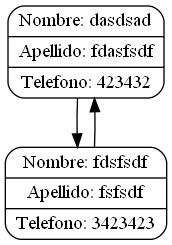
Earlier version of the Graphviz export Agenda.png (jeach27/-IPC2-Practica2_201903873). Its source is kept beside it as Agenda.dot. Its diagram source:
```dot
digraph G{
<funciones.Nodo object at 0x000001A5323688E0>[label="{ Nombre: dasdsad | Apellido: fdasfsdf | Telefono: 423432 }",shape=Mrecord]
<funciones.Nodo object at 0x000001A53239E6A0>[label="{ Nombre: fdsfsdf | Apellido: fsfsdf | Telefono: 3423423 }",shape=Mrecord]
<funciones.Nodo object at 0x000001A5323688E0>-><funciones.Nodo object at 0x000001A53239E6A0>
<funciones.Nodo object at 0x000001A53239E6A0>-><funciones.Nodo object at 0x000001A5323688E0>
}
```
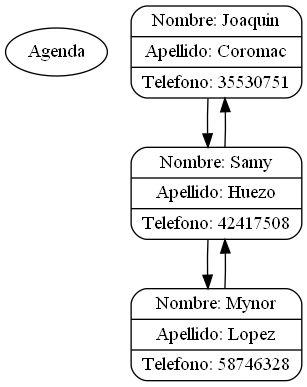
The same file after the commit.

The edit, as a diff of the source:
```diff
@@ -1,6 +1,10 @@
 digraph G{
-<funciones.Nodo object at 0x000001A5323688E0>[label="{ Nombre: dasdsad | Apellido: fdasfsdf | Telefono: 423432 }",shape=Mrecord]
-<funciones.Nodo object at 0x000001A53239E6A0>[label="{ Nombre: fdsfsdf | Apellido: fsfsdf | Telefono: 3423423 }",shape=Mrecord]
-<funciones.Nodo object at 0x000001A5323688E0>-><funciones.Nodo object at 0x000001A53239E6A0>
-<funciones.Nodo object at 0x000001A53239E6A0>-><funciones.Nodo object at 0x000001A5323688E0>
+Label[label="Agenda"]
+<funciones.Nodo object at 0x0000028E1E5E88E0>[label="{ Nombre: Joaquin | Apellido: Coromac | Telefono: 35530751 }",shape=Mrecord]
+<funciones.Nodo object at 0x0000028E1E61E6A0>[label="{ Nombre: Samy | Apellido: Huezo | Telefono: 42417508 }",shape=Mrecord]
+<funciones.Nodo object at 0x0000028E1E61EBE0>[label="{ Nombre: Mynor | Apellido: Lopez | Telefono: 58746328 }",shape=Mrecord]
+<funciones.Nodo object at 0x0000028E1E5E88E0>-><funciones.Nodo object at 0x0000028E1E61E6A0>
+<funciones.Nodo object at 0x0000028E1E61E6A0>-><funciones.Nodo object at 0x0000028E1E5E88E0>
+<funciones.Nodo object at 0x0000028E1E61E6A0>-><funciones.Nodo object at 0x0000028E1E61EBE0>
+<funciones.Nodo object at 0x0000028E1E61EBE0>-><funciones.Nodo object at 0x0000028E1E61E6A0>
 }
```
